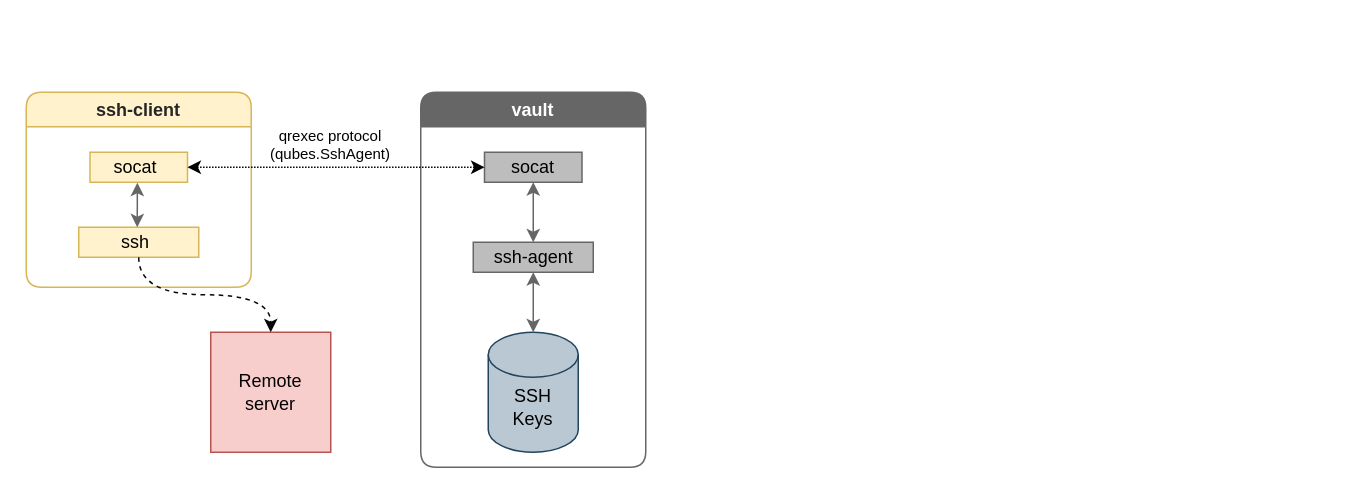
ephemer4l/qubes-splitssh-diagram keeps this draw.io diagram as split-ssh5-keepassxc.drawio. Above is the earlier version. Source tidied: cells renumbered, new cells numbered last; positions are measured from the earlier drawing's top-left corner, leaving out a move shared by most shapes. Both pictures are drawn from the tidied source at 150%, with x=0, y=0 at pixel (26, 92).
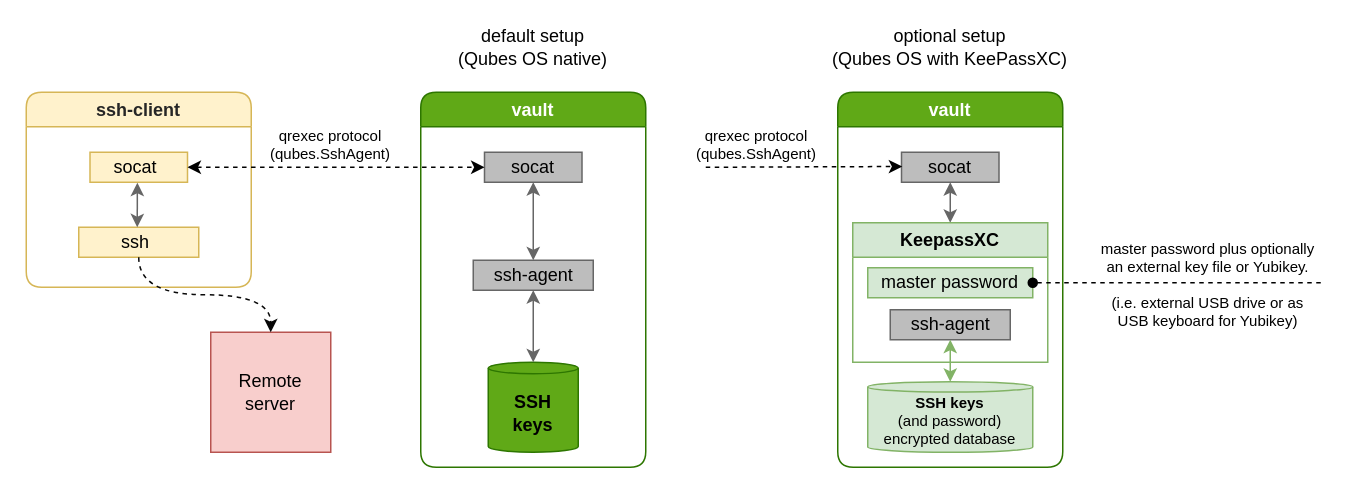
The same diagram, later.

Unchanged cells that the change refers to:
```xml
<mxCell id="4" style="rounded=0;whiteSpace=wrap;html=1;glass=0;comic=0;strokeWidth=1;fillColor=#BDBDBD;strokeColor=#666666;" parent="2" vertex="1">
  <mxGeometry x="42.5" y="40" width="65" height="20" as="geometry" />
</mxCell>
<mxCell id="12" style="rounded=0;whiteSpace=wrap;html=1;glass=0;comic=0;strokeWidth=1;fillColor=#fff2cc;strokeColor=#d6b656;" parent="11" vertex="1">
  <mxGeometry x="42.5" y="40" width="65" height="20" as="geometry" />
</mxCell>
```

Change to the diagram source:
```diff
@@
+    <mxCell id="22" value="vault" style="swimlane;whiteSpace=wrap;html=1;rounded=1;shadow=0;glass=0;comic=0;startSize=23;swimlaneFillColor=#ffffff;fontColor=#ffffff;fillColor=#60a917;strokeColor=#2D7600;" parent="1" vertex="1">
+      <mxGeometry x="541" width="150" height="250" as="geometry" />
+    </mxCell>
+    <mxCell id="23" style="rounded=0;whiteSpace=wrap;html=1;glass=0;comic=0;strokeWidth=1;fillColor=#BDBDBD;strokeColor=#666666;" parent="22" vertex="1">
+      <mxGeometry x="42.5" y="40" width="65" height="20" as="geometry" />
+    </mxCell>
+    <mxCell id="24" style="endArrow=classic;startArrow=classic;html=1;strokeColor=#666666;entryX=0.5;entryY=1;entryDx=0;entryDy=0;" parent="22" edge="1" source="26" target="23">
+      <mxGeometry relative="1" as="geometry" />
+    </mxCell>
+    <mxCell id="25" value="socat" style="text;html=1;strokeColor=none;fillColor=none;align=center;verticalAlign=middle;whiteSpace=wrap;rounded=0;glass=0;comic=0;" parent="22" vertex="1">
+      <mxGeometry x="55" y="40" width="40" height="20" as="geometry" />
+    </mxCell>
+    <mxCell id="26" value="KeepassXC" style="swimlane;whiteSpace=wrap;html=1;rounded=0;shadow=0;glass=0;comic=0;startSize=23;swimlaneFillColor=#ffffff;fillColor=#d5e8d4;strokeColor=#82b366;" parent="22" vertex="1">
+      <mxGeometry x="10" y="87" width="130" height="93" as="geometry" />
+    </mxCell>
+    <mxCell id="27" style="shape=cylinder3;whiteSpace=wrap;html=1;boundedLbl=1;backgroundOutline=1;size=3.4285714285715017;rounded=0;glass=0;comic=0;strokeColor=#82b366;strokeWidth=1;fillColor=#d5e8d4;" parent="26" vertex="1">
+      <mxGeometry x="10" y="106" width="110" height="47" as="geometry" />
+    </mxCell>
+    <mxCell id="28" value="&lt;div style=&quot;font-size: 10px&quot;&gt;&lt;b&gt;&lt;font style=&quot;font-size: 10px&quot; face=&quot;Helvetica&quot;&gt;SSH keys&lt;/font&gt;&lt;/b&gt;&lt;/div&gt;&lt;div style=&quot;font-size: 10px&quot;&gt;&lt;font style=&quot;font-size: 10px&quot; face=&quot;Helvetica&quot;&gt;(and password) encrypted database&lt;br&gt;&lt;/font&gt;&lt;/div&gt;" style="text;html=1;strokeColor=none;fillColor=none;align=center;verticalAlign=middle;whiteSpace=wrap;rounded=0;glass=0;comic=0;" parent="26" vertex="1">
+      <mxGeometry x="10" y="122" width="110" height="20" as="geometry" />
+    </mxCell>
+    <mxCell id="29" style="rounded=0;whiteSpace=wrap;html=1;glass=0;comic=0;strokeWidth=1;fillColor=#d5e8d4;strokeColor=#82b366;" parent="26" vertex="1">
+      <mxGeometry x="10" y="30" width="110" height="20" as="geometry" />
+    </mxCell>
+    <mxCell id="30" style="rounded=0;whiteSpace=wrap;html=1;glass=0;comic=0;strokeWidth=1;fillColor=#BDBDBD;strokeColor=#666666;" parent="26" vertex="1">
+      <mxGeometry x="25" y="58" width="80" height="20" as="geometry" />
+    </mxCell>
+    <mxCell id="31" value="&lt;div&gt;ssh-agent&lt;/div&gt;" style="text;html=1;strokeColor=none;fillColor=none;align=center;verticalAlign=middle;whiteSpace=wrap;rounded=0;glass=0;comic=0;" parent="26" vertex="1">
+      <mxGeometry x="32.5" y="58" width="65" height="20" as="geometry" />
+    </mxCell>
+    <mxCell id="32" style="endArrow=classic;startArrow=classic;html=1;entryX=0.5;entryY=1;entryDx=0;entryDy=0;strokeColor=#82b366;fillColor=#d5e8d4;" parent="26" edge="1" source="27" target="30">
+      <mxGeometry relative="1" as="geometry" />
+    </mxCell>
+    <mxCell id="33" value="&lt;div&gt;master password&lt;br&gt;&lt;/div&gt;" style="text;html=1;strokeColor=none;fillColor=none;align=center;verticalAlign=middle;whiteSpace=wrap;rounded=0;glass=0;comic=0;" parent="26" vertex="1">
+      <mxGeometry x="15" y="30" width="100" height="20" as="geometry" />
+    </mxCell>
+    <mxCell id="34" style="edgeStyle=orthogonalEdgeStyle;rounded=0;jettySize=auto;html=1;startArrow=oval;startFill=1;endArrow=none;endFill=0;dashed=1;exitX=1;exitY=0.5;exitDx=0;exitDy=0;" parent="22" edge="1" source="29">
+      <mxGeometry relative="1" as="geometry">
+        <mxPoint x="322" y="127" as="targetPoint" />
+      </mxGeometry>
+    </mxCell>
-    <mxCell id="2" value="vault" style="swimlane;whiteSpace=wrap;html=1;rounded=1;shadow=0;glass=0;comic=0;startSize=23;swimlaneFillColor=#ffffff;fontColor=#ffffff;fillColor=#666666;strokeColor=#666666;" parent="1" vertex="1">
+    <mxCell id="2" value="vault" style="swimlane;whiteSpace=wrap;html=1;rounded=1;shadow=0;glass=0;comic=0;startSize=23;swimlaneFillColor=#ffffff;fontColor=#ffffff;fillColor=#60a917;strokeColor=#2D7600;" parent="1" vertex="1">
       <mxGeometry x="263" width="150" height="250" as="geometry" />
     </mxCell>
-    <mxCell id="3" style="shape=cylinder3;whiteSpace=wrap;html=1;boundedLbl=1;backgroundOutline=1;size=15;rounded=0;glass=0;comic=0;strokeColor=#23445d;strokeWidth=1;fillColor=#bac8d3;" parent="2" vertex="1">
-      <mxGeometry x="45" y="160" width="60" height="80" as="geometry" />
+    <mxCell id="3" style="shape=cylinder3;whiteSpace=wrap;html=1;boundedLbl=1;backgroundOutline=1;size=3.857142857142833;rounded=0;glass=0;comic=0;strokeColor=#2D7600;strokeWidth=1;fillColor=#60a917;fontColor=#ffffff;" parent="2" vertex="1">
+      <mxGeometry x="45" y="180" width="60" height="60" as="geometry" />
     </mxCell>
@@
     <mxCell id="5" style="rounded=0;whiteSpace=wrap;html=1;glass=0;comic=0;strokeWidth=1;fillColor=#BDBDBD;strokeColor=#666666;" parent="2" vertex="1">
-      <mxGeometry x="35" y="100" width="80" height="20" as="geometry" />
+      <mxGeometry x="35" y="112" width="80" height="20" as="geometry" />
     </mxCell>
-    <mxCell id="6" style="endArrow=classic;startArrow=classic;html=1;entryX=0.5;entryY=1;entryDx=0;entryDy=0;exitX=0.5;exitY=0;exitDx=0;exitDy=0;exitPerimeter=0;strokeColor=#666666;" parent="2" edge="1" source="3" target="5">
+    <mxCell id="6" style="endArrow=classic;startArrow=classic;html=1;entryX=0.5;entryY=1;entryDx=0;entryDy=0;strokeColor=#666666;" parent="2" edge="1" source="3" target="5">
       <mxGeometry relative="1" as="geometry" />
     </mxCell>
     <mxCell id="7" value="&lt;div&gt;ssh-agent&lt;/div&gt;" style="text;html=1;strokeColor=none;fillColor=none;align=center;verticalAlign=middle;whiteSpace=wrap;rounded=0;glass=0;comic=0;" parent="2" vertex="1">
-      <mxGeometry x="42.5" y="100" width="65" height="20" as="geometry" />
+      <mxGeometry x="42.5" y="112" width="65" height="20" as="geometry" />
     </mxCell>
@@
-    <mxCell id="9" value="&lt;div&gt;SSH Keys&lt;/div&gt;" style="text;html=1;strokeColor=none;fillColor=none;align=center;verticalAlign=middle;whiteSpace=wrap;rounded=0;glass=0;comic=0;" parent="2" vertex="1">
-      <mxGeometry x="55" y="200" width="40" height="20" as="geometry" />
+    <mxCell id="9" value="&lt;div&gt;&lt;b&gt;SSH keys&lt;/b&gt;&lt;/div&gt;" style="text;html=1;strokeColor=none;fillColor=none;align=center;verticalAlign=middle;whiteSpace=wrap;rounded=0;glass=0;comic=0;" parent="2" vertex="1">
+      <mxGeometry x="50" y="204" width="50" height="20" as="geometry" />
     </mxCell>
@@
+    <mxCell id="35" style="endArrow=classic;startArrow=none;html=1;entryX=0;entryY=0.5;entryDx=0;entryDy=0;dashed=1;startFill=0;" parent="2" edge="1">
+      <mxGeometry relative="1" as="geometry">
+        <mxPoint x="190" y="50" as="sourcePoint" />
+        <mxPoint x="321" y="49.5" as="targetPoint" />
+      </mxGeometry>
+    </mxCell>
@@
-    <mxCell id="19" style="endArrow=classic;startArrow=classic;html=1;entryX=0;entryY=0.5;entryDx=0;entryDy=0;dashed=1;dashPattern=1 1;exitX=1;exitY=0.5;exitDx=0;exitDy=0;" parent="1" edge="1" source="12" target="4">
+    <mxCell id="19" style="endArrow=classic;startArrow=classic;html=1;entryX=0;entryY=0.5;entryDx=0;entryDy=0;dashed=1;exitX=1;exitY=0.5;exitDx=0;exitDy=0;" parent="1" edge="1" source="12" target="4">
       <mxGeometry relative="1" as="geometry" />
     </mxCell>
@@
+    <mxCell id="36" value="&lt;div&gt;default setup&lt;/div&gt;&lt;div&gt;(Qubes OS native)&lt;/div&gt;" style="text;html=1;strokeColor=none;fillColor=none;align=center;verticalAlign=middle;whiteSpace=wrap;rounded=0;" parent="1" vertex="1">
+      <mxGeometry x="278" y="-40" width="120" height="20" as="geometry" />
+    </mxCell>
+    <mxCell id="37" value="optional setup&lt;div&gt;(Qubes OS with KeePassXC)&lt;/div&gt;" style="text;html=1;strokeColor=none;fillColor=none;align=center;verticalAlign=middle;whiteSpace=wrap;rounded=0;" parent="1" vertex="1">
+      <mxGeometry x="531" y="-40" width="170" height="20" as="geometry" />
+    </mxCell>
+    <mxCell id="38" value="&lt;div style=&quot;font-size: 10px&quot;&gt;&lt;font style=&quot;font-size: 10px&quot;&gt;qrexec protocol&lt;/font&gt;&lt;/div&gt;&lt;div style=&quot;font-size: 10px&quot;&gt;&lt;font style=&quot;font-size: 10px&quot;&gt;(qubes.SshAgent)&lt;br&gt;&lt;/font&gt;&lt;/div&gt;" style="text;html=1;strokeColor=none;fillColor=none;align=center;verticalAlign=middle;whiteSpace=wrap;rounded=0;glass=0;comic=0;" parent="1" vertex="1">
+      <mxGeometry x="467" y="30" width="40" height="10" as="geometry" />
+    </mxCell>
+    <mxCell id="39" value="&lt;div style=&quot;font-size: 10px&quot;&gt;&lt;font style=&quot;font-size: 10px&quot; face=&quot;Helvetica&quot;&gt;master password plus optionally an external key file or Yubikey.&lt;br&gt;&lt;/font&gt;&lt;/div&gt;&lt;div style=&quot;font-size: 10px&quot;&gt;&lt;font style=&quot;font-size: 10px&quot; face=&quot;Helvetica&quot;&gt;&lt;br&gt;&lt;/font&gt;&lt;/div&gt;&lt;div style=&quot;font-size: 10px&quot;&gt;&lt;font style=&quot;font-size: 10px&quot; face=&quot;Helvetica&quot;&gt;(i.e. external USB drive or as USB keyboard for Yubikey) &lt;br&gt;&lt;/font&gt;&lt;/div&gt;" style="text;html=1;strokeColor=none;fillColor=none;align=center;verticalAlign=middle;whiteSpace=wrap;rounded=0;" parent="1" vertex="1">
+      <mxGeometry x="712" y="95" width="152" height="65.5" as="geometry" />
+    </mxCell>
```
